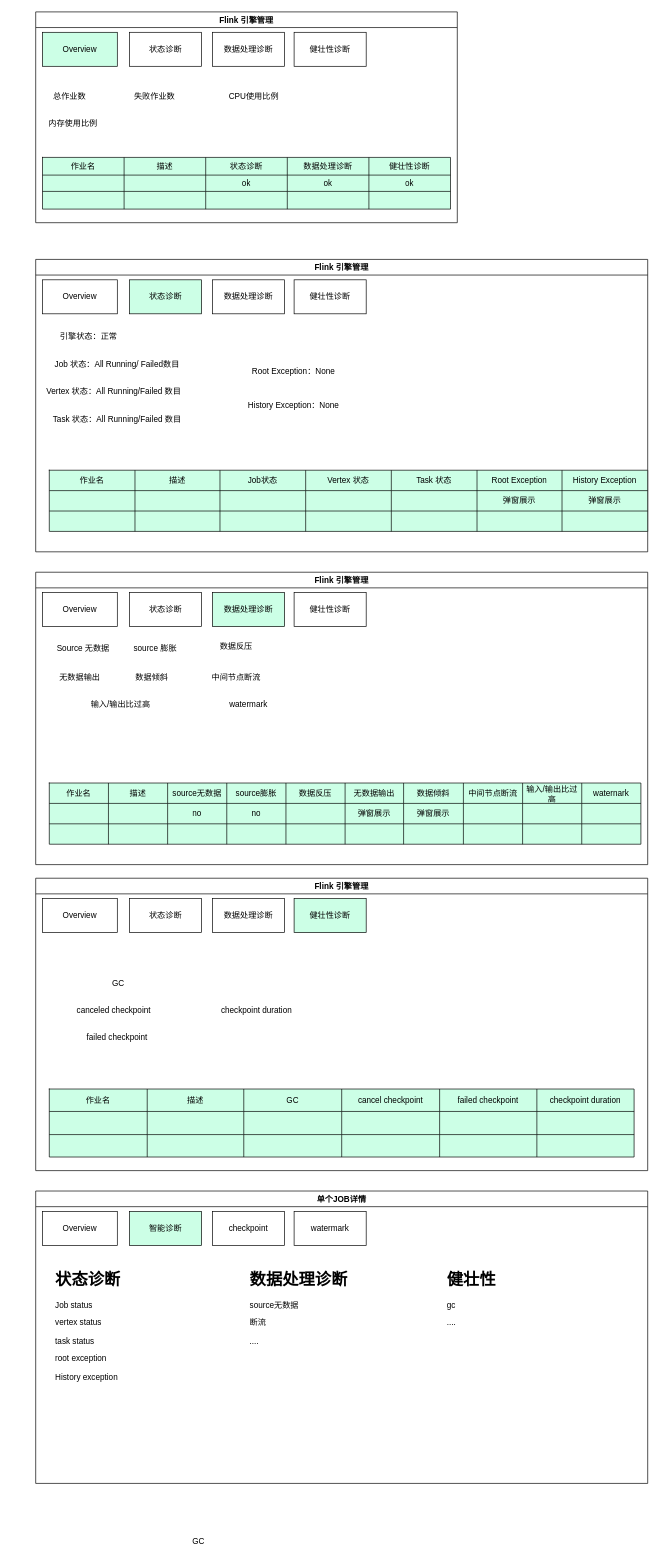
Earlier version of the draw.io diagram Untitled Diagram.drawio (zjpnju/ddia). Source tidied: cells renumbered, new cells numbered last; positions are measured from the earlier drawing's top-left corner, leaving out a move shared by most shapes. Both pictures are drawn from the tidied source at 68%, with x=0, y=0 at pixel (12, 12).
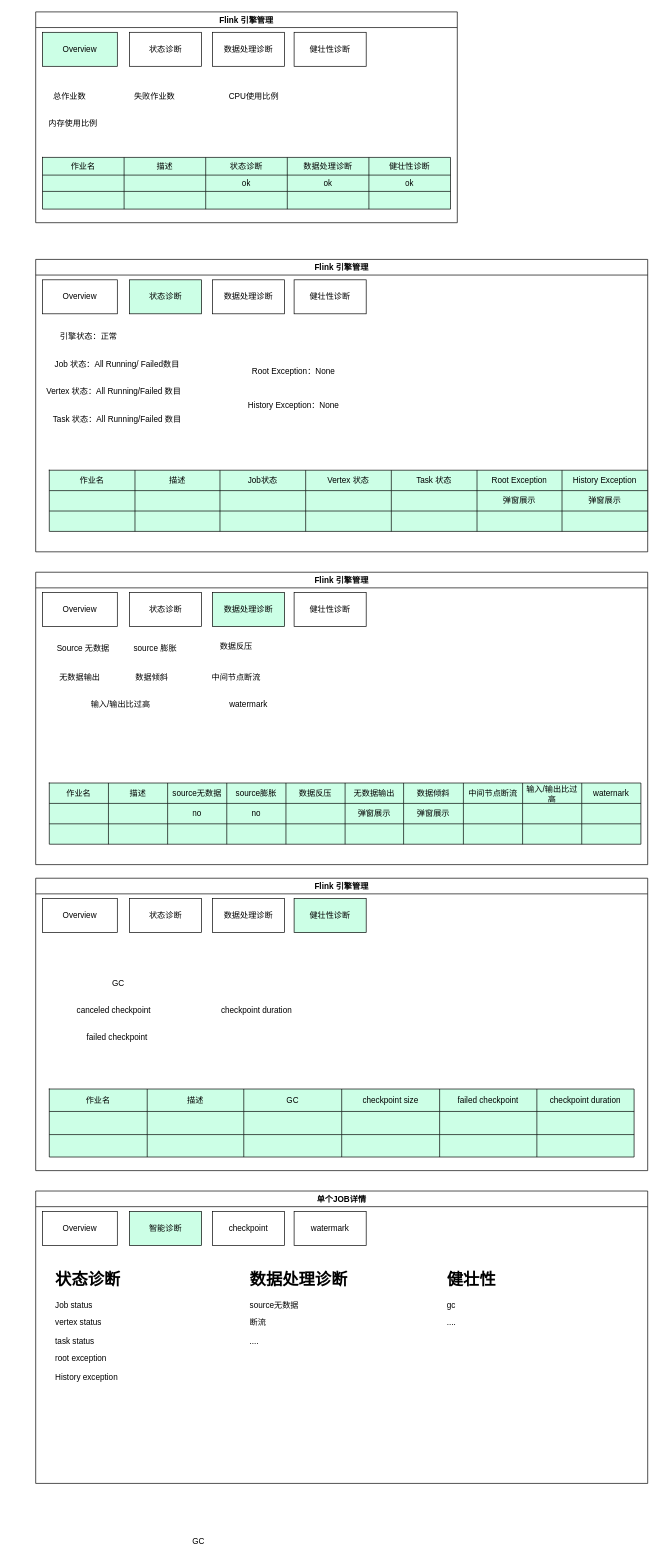
After the change.

The change refers to these unchanged cells:
```xml
<mxCell id="123" style="shape=tableRow;horizontal=0;startSize=0;swimlaneHead=0;swimlaneBody=0;top=0;left=0;bottom=0;right=0;fillColor=none;" parent="122" vertex="1">
  <mxGeometry width="860" height="33" as="geometry" />
</mxCell>
```

Change to the diagram source:
```diff
@@
-    <mxCell id="127" value="cancel checkpoint" style="shape=partialRectangle;html=1;whiteSpace=wrap;fillColor=none;top=0;left=0;bottom=0;right=0;overflow=hidden;" parent="123" vertex="1">
+    <mxCell id="127" value="checkpoint size" style="shape=partialRectangle;html=1;whiteSpace=wrap;fillColor=none;top=0;left=0;bottom=0;right=0;overflow=hidden;" parent="123" vertex="1">
       <mxGeometry x="430" width="144" height="33" as="geometry" />
     </mxCell>
```
